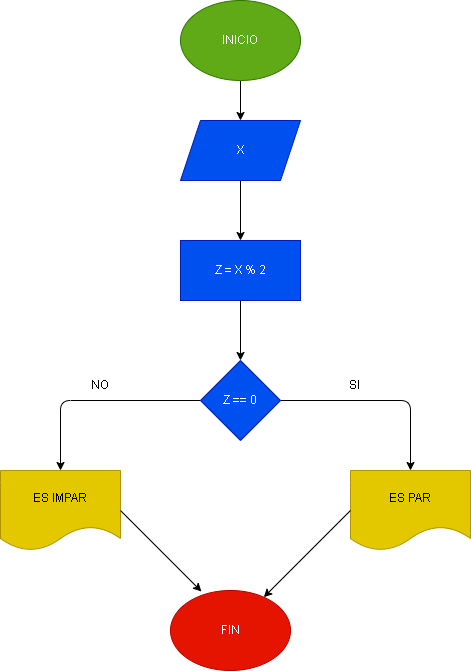
Earlier version of the draw.io export Par_Impar.png (PhilippeParra/Par_Impar). Source tidied: cells renumbered, new cells last; positions are measured from the earlier drawing's top-left corner, leaving out a move shared by most shapes. The source it was exported from:
```xml
<mxGraphModel>
  <root>
    <mxCell id="0" />
    <mxCell id="1" parent="0" />
    <mxCell id="2" style="edgeStyle=none;html=1;" parent="1" edge="1" source="3" target="5">
      <mxGeometry relative="1" as="geometry" />
    </mxCell>
    <mxCell id="3" value="INICIO" style="ellipse;whiteSpace=wrap;html=1;fillColor=#60a917;fontColor=#ffffff;strokeColor=#2D7600;" parent="1" vertex="1">
      <mxGeometry x="180" width="120" height="80" as="geometry" />
    </mxCell>
    <mxCell id="4" style="edgeStyle=none;html=1;" parent="1" edge="1" source="5" target="16">
      <mxGeometry relative="1" as="geometry" />
    </mxCell>
    <mxCell id="5" value="X" style="shape=parallelogram;perimeter=parallelogramPerimeter;whiteSpace=wrap;html=1;fixedSize=1;fillColor=#0050ef;fontColor=#ffffff;strokeColor=#001DBC;" parent="1" vertex="1">
      <mxGeometry x="180" y="120" width="120" height="60" as="geometry" />
    </mxCell>
    <mxCell id="6" style="edgeStyle=none;html=1;entryX=0.5;entryY=0;entryDx=0;entryDy=0;" parent="1" edge="1" source="8" target="12">
      <mxGeometry relative="1" as="geometry">
        <Array as="points">
          <mxPoint x="410" y="400" />
        </Array>
      </mxGeometry>
    </mxCell>
    <mxCell id="7" style="edgeStyle=none;html=1;entryX=0.5;entryY=0;entryDx=0;entryDy=0;" parent="1" edge="1" source="8" target="11">
      <mxGeometry relative="1" as="geometry">
        <Array as="points">
          <mxPoint x="60" y="400" />
        </Array>
      </mxGeometry>
    </mxCell>
    <mxCell id="8" value="Z == 0" style="rhombus;whiteSpace=wrap;html=1;fillColor=#0050ef;fontColor=#ffffff;strokeColor=#001DBC;" parent="1" vertex="1">
      <mxGeometry x="200" y="360" width="80" height="80" as="geometry" />
    </mxCell>
    <mxCell id="9" value="NO" style="text;html=1;strokeColor=none;fillColor=none;align=center;verticalAlign=middle;whiteSpace=wrap;rounded=0;" parent="1" vertex="1">
      <mxGeometry x="70" y="370" width="60" height="30" as="geometry" />
    </mxCell>
    <mxCell id="10" value="SI" style="text;html=1;strokeColor=none;fillColor=none;align=center;verticalAlign=middle;whiteSpace=wrap;rounded=0;" parent="1" vertex="1">
      <mxGeometry x="324" y="370" width="60" height="30" as="geometry" />
    </mxCell>
    <mxCell id="11" value="ES IMPAR" style="shape=document;whiteSpace=wrap;html=1;boundedLbl=1;fillColor=#e3c800;fontColor=#000000;strokeColor=#B09500;" parent="1" vertex="1">
      <mxGeometry y="470" width="120" height="80" as="geometry" />
    </mxCell>
    <mxCell id="12" value="ES PAR" style="shape=document;whiteSpace=wrap;html=1;boundedLbl=1;fillColor=#e3c800;fontColor=#000000;strokeColor=#B09500;" parent="1" vertex="1">
      <mxGeometry x="350" y="470" width="120" height="80" as="geometry" />
    </mxCell>
    <mxCell id="13" value="FIN" style="ellipse;whiteSpace=wrap;html=1;fillColor=#e51400;fontColor=#ffffff;strokeColor=#B20000;" parent="1" vertex="1">
      <mxGeometry x="170" y="590" width="120" height="80" as="geometry" />
    </mxCell>
    <mxCell id="14" style="endArrow=classic;html=1;exitX=1;exitY=0.5;exitDx=0;exitDy=0;entryX=0.258;entryY=0.013;entryDx=0;entryDy=0;entryPerimeter=0;" parent="1" edge="1" source="11" target="13">
      <mxGeometry relative="1" as="geometry" />
    </mxCell>
    <mxCell id="15" style="endArrow=classic;html=1;exitX=0;exitY=0.5;exitDx=0;exitDy=0;" parent="1" edge="1" source="12" target="13">
      <mxGeometry relative="1" as="geometry" />
    </mxCell>
    <mxCell id="16" value="Z = X % 2" style="whiteSpace=wrap;html=1;fillColor=#0050ef;strokeColor=#001DBC;fontColor=#ffffff;" parent="1" vertex="1">
      <mxGeometry x="180" y="240" width="120" height="60" as="geometry" />
    </mxCell>
    <mxCell id="17" style="endArrow=classic;html=1;exitX=0.5;exitY=1;exitDx=0;exitDy=0;" parent="1" edge="1" source="16" target="8">
      <mxGeometry relative="1" as="geometry" />
    </mxCell>
  </root>
</mxGraphModel>
```
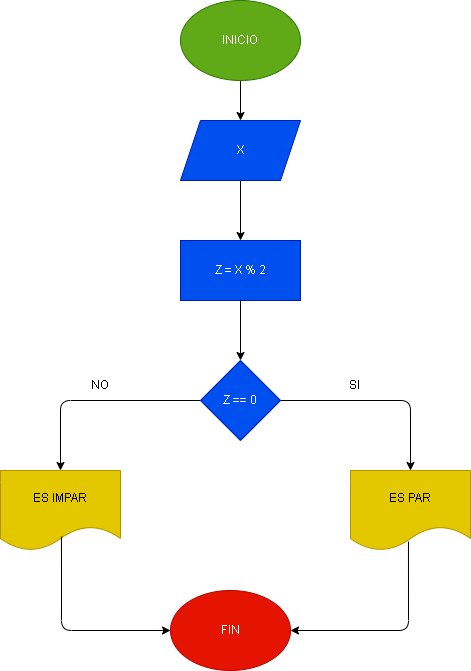
After the change.

Commit message:
Modificacion estetica del Diagrama de flujo. PhilippeParra

Change to the diagram source:
```diff
@@ -46,11 +46,19 @@
     <mxCell id="13" value="FIN" style="ellipse;whiteSpace=wrap;html=1;fillColor=#e51400;fontColor=#ffffff;strokeColor=#B20000;" parent="1" vertex="1">
       <mxGeometry x="170" y="590" width="120" height="80" as="geometry" />
     </mxCell>
-    <mxCell id="14" style="endArrow=classic;html=1;exitX=1;exitY=0.5;exitDx=0;exitDy=0;entryX=0.258;entryY=0.013;entryDx=0;entryDy=0;entryPerimeter=0;" parent="1" edge="1" source="11" target="13">
-      <mxGeometry relative="1" as="geometry" />
+    <mxCell id="14" style="endArrow=classic;html=1;exitX=0.508;exitY=0.825;exitDx=0;exitDy=0;entryX=0;entryY=0.5;entryDx=0;entryDy=0;exitPerimeter=0;" parent="1" edge="1" source="11" target="13">
+      <mxGeometry relative="1" as="geometry">
+        <Array as="points">
+          <mxPoint x="61" y="630" />
+        </Array>
+      </mxGeometry>
     </mxCell>
-    <mxCell id="15" style="endArrow=classic;html=1;exitX=0;exitY=0.5;exitDx=0;exitDy=0;" parent="1" edge="1" source="12" target="13">
-      <mxGeometry relative="1" as="geometry" />
+    <mxCell id="15" style="endArrow=classic;html=1;exitX=0.483;exitY=0.888;exitDx=0;exitDy=0;exitPerimeter=0;" parent="1" edge="1" source="12" target="13">
+      <mxGeometry relative="1" as="geometry">
+        <Array as="points">
+          <mxPoint x="408" y="630" />
+        </Array>
+      </mxGeometry>
     </mxCell>
     <mxCell id="16" value="Z = X % 2" style="whiteSpace=wrap;html=1;fillColor=#0050ef;strokeColor=#001DBC;fontColor=#ffffff;" parent="1" vertex="1">
       <mxGeometry x="180" y="240" width="120" height="60" as="geometry" />
```
